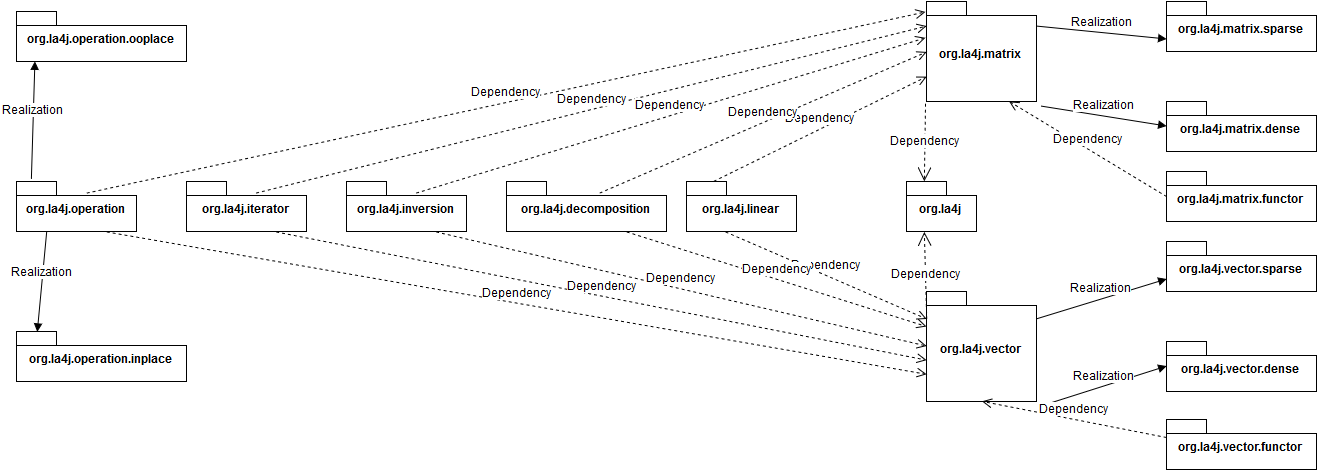
vkostyukov/la4j keeps this draw.io diagram as ArchSW-docs/uml/DevelopmentView.png. Above is the earlier version. Source tidied: cells renumbered, new cells last; positions are measured from the earlier drawing's top-left corner, leaving out a move shared by most shapes. The source it was exported from:
```xml
<mxGraphModel background="#ffffff">
  <root>
    <mxCell id="0" />
    <mxCell id="1" parent="0" />
    <mxCell id="2" value="org.la4j.matrix" style="shape=folder;fontStyle=1;spacingTop=10;tabWidth=40;tabHeight=14;tabPosition=left;html=1;strokeColor=#000000;fillColor=none;fontFamily=Helvetica;fontSize=12;" parent="1" vertex="1">
      <mxGeometry x="910" width="110" height="100" as="geometry" />
    </mxCell>
    <mxCell id="3" value="org.la4j.matrix.sparse" style="shape=folder;fontStyle=1;spacingTop=10;tabWidth=40;tabHeight=14;tabPosition=left;html=1;strokeColor=#000000;fillColor=none;fontFamily=Helvetica;fontSize=12;" parent="1" vertex="1">
      <mxGeometry x="1150" width="150" height="50" as="geometry" />
    </mxCell>
    <mxCell id="4" value="org.la4j.matrix.dense" style="shape=folder;fontStyle=1;spacingTop=10;tabWidth=40;tabHeight=14;tabPosition=left;html=1;strokeColor=#000000;fillColor=none;fontFamily=Helvetica;fontSize=12;" parent="1" vertex="1">
      <mxGeometry x="1150" y="100" width="150" height="50" as="geometry" />
    </mxCell>
    <mxCell id="5" value="Realization" style="html=1;verticalAlign=bottom;endArrow=block;strokeWidth=1;fontFamily=Helvetica;fontSize=12;exitX=1.036;exitY=1.04;exitPerimeter=0;entryX=0;entryY=0.5;" parent="1" edge="1" source="2" target="4">
      <mxGeometry relative="1" as="geometry" />
    </mxCell>
    <mxCell id="6" value="Realization" style="html=1;verticalAlign=bottom;endArrow=block;strokeWidth=1;fontFamily=Helvetica;fontSize=12;exitX=1;exitY=0.25;entryX=0;entryY=0.75;" parent="1" edge="1" source="2" target="3">
      <mxGeometry relative="1" as="geometry" />
    </mxCell>
    <mxCell id="7" value="org.la4j.vector" style="shape=folder;fontStyle=1;spacingTop=10;tabWidth=40;tabHeight=14;tabPosition=left;html=1;strokeColor=#000000;fillColor=none;fontFamily=Helvetica;fontSize=12;" parent="1" vertex="1">
      <mxGeometry x="910" y="290" width="110" height="110" as="geometry" />
    </mxCell>
    <mxCell id="8" value="org.la4j.vector.sparse" style="shape=folder;fontStyle=1;spacingTop=10;tabWidth=40;tabHeight=14;tabPosition=left;html=1;strokeColor=#000000;fillColor=none;fontFamily=Helvetica;fontSize=12;" parent="1" vertex="1">
      <mxGeometry x="1150" y="240" width="150" height="50" as="geometry" />
    </mxCell>
    <mxCell id="9" value="org.la4j.vector.dense" style="shape=folder;fontStyle=1;spacingTop=10;tabWidth=40;tabHeight=14;tabPosition=left;html=1;strokeColor=#000000;fillColor=none;fontFamily=Helvetica;fontSize=12;" parent="1" vertex="1">
      <mxGeometry x="1150" y="340" width="150" height="50" as="geometry" />
    </mxCell>
    <mxCell id="10" value="Realization" style="html=1;verticalAlign=bottom;endArrow=block;strokeWidth=1;fontFamily=Helvetica;fontSize=12;exitX=1.036;exitY=1.04;exitPerimeter=0;entryX=0;entryY=0.5;" parent="1" edge="1" source="7" target="9">
      <mxGeometry x="374" y="472" as="geometry" />
    </mxCell>
    <mxCell id="11" value="Realization" style="html=1;verticalAlign=bottom;endArrow=block;strokeWidth=1;fontFamily=Helvetica;fontSize=12;exitX=1;exitY=0.25;entryX=0;entryY=0.75;" parent="1" edge="1" source="7" target="8">
      <mxGeometry x="370" y="408" as="geometry" />
    </mxCell>
    <mxCell id="12" value="org.la4j" style="shape=folder;fontStyle=1;spacingTop=10;tabWidth=40;tabHeight=14;tabPosition=left;html=1;strokeColor=#000000;fillColor=none;fontFamily=Helvetica;fontSize=12;" parent="1" vertex="1">
      <mxGeometry x="890" y="180" width="70" height="50" as="geometry" />
    </mxCell>
    <mxCell id="13" value="Dependency" style="endArrow=open;endSize=12;dashed=1;html=1;strokeWidth=1;fontFamily=Helvetica;fontSize=12;exitX=-0.009;exitY=1.02;exitPerimeter=0;entryX=0.25;entryY=0;" parent="1" edge="1" source="2" target="12">
      <mxGeometry relative="1" as="geometry" />
    </mxCell>
    <mxCell id="14" value="Dependency" style="endArrow=open;endSize=12;dashed=1;html=1;strokeWidth=1;fontFamily=Helvetica;fontSize=12;exitX=0;exitY=0.25;entryX=0.25;entryY=1;" parent="1" edge="1" source="7" target="12">
      <mxGeometry relative="1" as="geometry" />
    </mxCell>
    <mxCell id="15" value="org.la4j.linear" style="shape=folder;fontStyle=1;spacingTop=10;tabWidth=40;tabHeight=14;tabPosition=left;html=1;strokeColor=#000000;fillColor=none;fontFamily=Helvetica;fontSize=12;" parent="1" vertex="1">
      <mxGeometry x="670" y="180" width="110" height="50" as="geometry" />
    </mxCell>
    <mxCell id="16" value="org.la4j.matrix.functor" style="shape=folder;fontStyle=1;spacingTop=10;tabWidth=40;tabHeight=14;tabPosition=left;html=1;strokeColor=#000000;fillColor=none;fontFamily=Helvetica;fontSize=12;" parent="1" vertex="1">
      <mxGeometry x="1150" y="170" width="150" height="50" as="geometry" />
    </mxCell>
    <mxCell id="17" value="org.la4j.vector.functor" style="shape=folder;fontStyle=1;spacingTop=10;tabWidth=40;tabHeight=14;tabPosition=left;html=1;strokeColor=#000000;fillColor=none;fontFamily=Helvetica;fontSize=12;" parent="1" vertex="1">
      <mxGeometry x="1150" y="418" width="150" height="50" as="geometry" />
    </mxCell>
    <mxCell id="18" value="Dependency" style="html=1;verticalAlign=bottom;endArrow=open;dashed=1;endSize=8;strokeWidth=1;fontFamily=Helvetica;fontSize=12;exitX=0;exitY=0.5;entryX=0.75;entryY=1;" parent="1" edge="1" source="16" target="2">
      <mxGeometry relative="1" as="geometry" />
    </mxCell>
    <mxCell id="19" value="Dependency" style="html=1;verticalAlign=bottom;endArrow=open;dashed=1;endSize=8;strokeWidth=1;fontFamily=Helvetica;fontSize=12;exitX=0;exitY=0.5;entryX=0.5;entryY=1;" parent="1" edge="1" target="7">
      <mxGeometry relative="1" as="geometry">
        <mxPoint x="1150" y="436" as="sourcePoint" />
      </mxGeometry>
    </mxCell>
    <mxCell id="20" value="Dependency" style="html=1;verticalAlign=bottom;endArrow=open;dashed=1;endSize=8;strokeWidth=1;fontFamily=Helvetica;fontSize=12;exitX=0.25;exitY=0;entryX=0;entryY=0.75;" parent="1" edge="1" source="15" target="2">
      <mxGeometry relative="1" as="geometry" />
    </mxCell>
    <mxCell id="21" value="Dependency" style="html=1;verticalAlign=bottom;endArrow=open;dashed=1;endSize=8;strokeWidth=1;fontFamily=Helvetica;fontSize=12;exitX=0.355;exitY=1;entryX=0;entryY=0.25;exitPerimeter=0;" parent="1" edge="1" source="15" target="7">
      <mxGeometry relative="1" as="geometry" />
    </mxCell>
    <mxCell id="22" value="org.la4j.operation" style="shape=folder;fontStyle=1;spacingTop=10;tabWidth=40;tabHeight=14;tabPosition=left;html=1;strokeColor=#000000;fillColor=none;fontFamily=Helvetica;fontSize=12;" parent="1" vertex="1">
      <mxGeometry y="180" width="120" height="50" as="geometry" />
    </mxCell>
    <mxCell id="23" value="Dependency" style="html=1;verticalAlign=bottom;endArrow=open;dashed=1;endSize=8;strokeWidth=1;fontFamily=Helvetica;fontSize=12;exitX=0.583;exitY=0.24;entryX=-0.009;entryY=0.1;exitPerimeter=0;entryPerimeter=0;" parent="1" edge="1" source="22" target="2">
      <mxGeometry relative="1" as="geometry" />
    </mxCell>
    <mxCell id="24" value="Dependency" style="html=1;verticalAlign=bottom;endArrow=open;dashed=1;endSize=8;strokeWidth=1;fontFamily=Helvetica;fontSize=12;exitX=0.75;exitY=1;entryX=0;entryY=0.75;" parent="1" edge="1" source="22" target="7">
      <mxGeometry relative="1" as="geometry" />
    </mxCell>
    <mxCell id="25" value="org.la4j.operation.inplace" style="shape=folder;fontStyle=1;spacingTop=10;tabWidth=40;tabHeight=14;tabPosition=left;html=1;strokeColor=#000000;fillColor=none;fontFamily=Helvetica;fontSize=12;" parent="1" vertex="1">
      <mxGeometry y="330" width="170" height="50" as="geometry" />
    </mxCell>
    <mxCell id="26" value="org.la4j.operation.ooplace" style="shape=folder;fontStyle=1;spacingTop=10;tabWidth=40;tabHeight=14;tabPosition=left;html=1;strokeColor=#000000;fillColor=none;fontFamily=Helvetica;fontSize=12;" parent="1" vertex="1">
      <mxGeometry y="10" width="170" height="50" as="geometry" />
    </mxCell>
    <mxCell id="27" value="Realization" style="html=1;verticalAlign=bottom;endArrow=block;strokeWidth=1;fontFamily=Helvetica;fontSize=12;exitX=0.125;exitY=-0.04;entryX=0.106;entryY=1;entryPerimeter=0;exitPerimeter=0;" parent="1" edge="1" source="22" target="26">
      <mxGeometry relative="1" as="geometry" />
    </mxCell>
    <mxCell id="28" value="Realization" style="html=1;verticalAlign=bottom;endArrow=block;strokeWidth=1;fontFamily=Helvetica;fontSize=12;entryX=0.124;entryY=0;entryPerimeter=0;exitX=0.25;exitY=1;" parent="1" edge="1" source="22" target="25">
      <mxGeometry relative="1" as="geometry" />
    </mxCell>
    <mxCell id="29" value="org.la4j.iterator" style="shape=folder;fontStyle=1;spacingTop=10;tabWidth=40;tabHeight=14;tabPosition=left;html=1;strokeColor=#000000;fillColor=none;fontFamily=Helvetica;fontSize=12;" parent="1" vertex="1">
      <mxGeometry x="170" y="180" width="120" height="50" as="geometry" />
    </mxCell>
    <mxCell id="30" value="Dependency" style="html=1;verticalAlign=bottom;endArrow=open;dashed=1;endSize=8;strokeWidth=1;fontFamily=Helvetica;fontSize=12;exitX=0.583;exitY=0.24;exitPerimeter=0;entryX=0;entryY=0.25;" parent="1" edge="1" source="29" target="2">
      <mxGeometry relative="1" as="geometry" />
    </mxCell>
    <mxCell id="31" value="Dependency" style="html=1;verticalAlign=bottom;endArrow=open;dashed=1;endSize=8;strokeWidth=1;fontFamily=Helvetica;fontSize=12;exitX=0.75;exitY=1;entryX=0;entryY=0.627;entryPerimeter=0;" parent="1" edge="1" source="29" target="7">
      <mxGeometry relative="1" as="geometry" />
    </mxCell>
    <mxCell id="32" value="Dependency" style="html=1;verticalAlign=bottom;endArrow=open;dashed=1;endSize=8;strokeWidth=1;fontFamily=Helvetica;fontSize=12;exitX=0.583;exitY=0.24;exitPerimeter=0;entryX=-0.009;entryY=0.36;entryPerimeter=0;" parent="1" edge="1" source="33" target="2">
      <mxGeometry relative="1" as="geometry" />
    </mxCell>
    <mxCell id="33" value="org.la4j.inversion" style="shape=folder;fontStyle=1;spacingTop=10;tabWidth=40;tabHeight=14;tabPosition=left;html=1;strokeColor=#000000;fillColor=none;fontFamily=Helvetica;fontSize=12;" parent="1" vertex="1">
      <mxGeometry x="330" y="180" width="120" height="50" as="geometry" />
    </mxCell>
    <mxCell id="34" value="Dependency" style="html=1;verticalAlign=bottom;endArrow=open;dashed=1;endSize=8;strokeWidth=1;fontFamily=Helvetica;fontSize=12;exitX=0.75;exitY=1;entryX=0;entryY=0.5;" parent="1" edge="1" source="33" target="7">
      <mxGeometry relative="1" as="geometry" />
    </mxCell>
    <mxCell id="35" value="org.la4j.decomposition" style="shape=folder;fontStyle=1;spacingTop=10;tabWidth=40;tabHeight=14;tabPosition=left;html=1;strokeColor=#000000;fillColor=none;fontFamily=Helvetica;fontSize=12;" parent="1" vertex="1">
      <mxGeometry x="490" y="180" width="160" height="50" as="geometry" />
    </mxCell>
    <mxCell id="36" value="Dependency" style="html=1;verticalAlign=bottom;endArrow=open;dashed=1;endSize=8;strokeWidth=1;fontFamily=Helvetica;fontSize=12;exitX=0.75;exitY=1;" parent="1" edge="1" source="35">
      <mxGeometry relative="1" as="geometry">
        <mxPoint x="910" y="325" as="targetPoint" />
      </mxGeometry>
    </mxCell>
    <mxCell id="37" value="Dependency" style="html=1;verticalAlign=bottom;endArrow=open;dashed=1;endSize=8;strokeWidth=1;fontFamily=Helvetica;fontSize=12;exitX=0.583;exitY=0.24;exitPerimeter=0;entryX=0;entryY=0.5;" parent="1" edge="1" source="35" target="2">
      <mxGeometry relative="1" as="geometry" />
    </mxCell>
  </root>
</mxGraphModel>
```
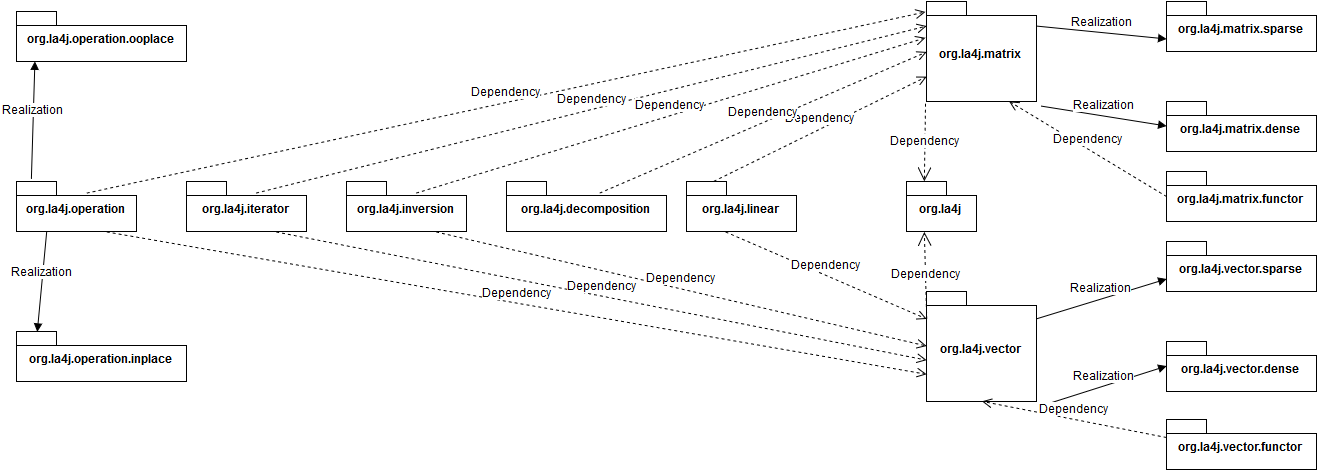
Above is the later version.

Commit message:
fixing Development View diagram

The edit, as a diff of the source:
```diff
@@ -106,11 +106,6 @@
     <mxCell id="35" value="org.la4j.decomposition" style="shape=folder;fontStyle=1;spacingTop=10;tabWidth=40;tabHeight=14;tabPosition=left;html=1;strokeColor=#000000;fillColor=none;fontFamily=Helvetica;fontSize=12;" parent="1" vertex="1">
       <mxGeometry x="490" y="180" width="160" height="50" as="geometry" />
     </mxCell>
-    <mxCell id="36" value="Dependency" style="html=1;verticalAlign=bottom;endArrow=open;dashed=1;endSize=8;strokeWidth=1;fontFamily=Helvetica;fontSize=12;exitX=0.75;exitY=1;" parent="1" edge="1" source="35">
-      <mxGeometry relative="1" as="geometry">
-        <mxPoint x="910" y="325" as="targetPoint" />
-      </mxGeometry>
-    </mxCell>
     <mxCell id="37" value="Dependency" style="html=1;verticalAlign=bottom;endArrow=open;dashed=1;endSize=8;strokeWidth=1;fontFamily=Helvetica;fontSize=12;exitX=0.583;exitY=0.24;exitPerimeter=0;entryX=0;entryY=0.5;" parent="1" edge="1" source="35" target="2">
       <mxGeometry relative="1" as="geometry" />
     </mxCell>
```
